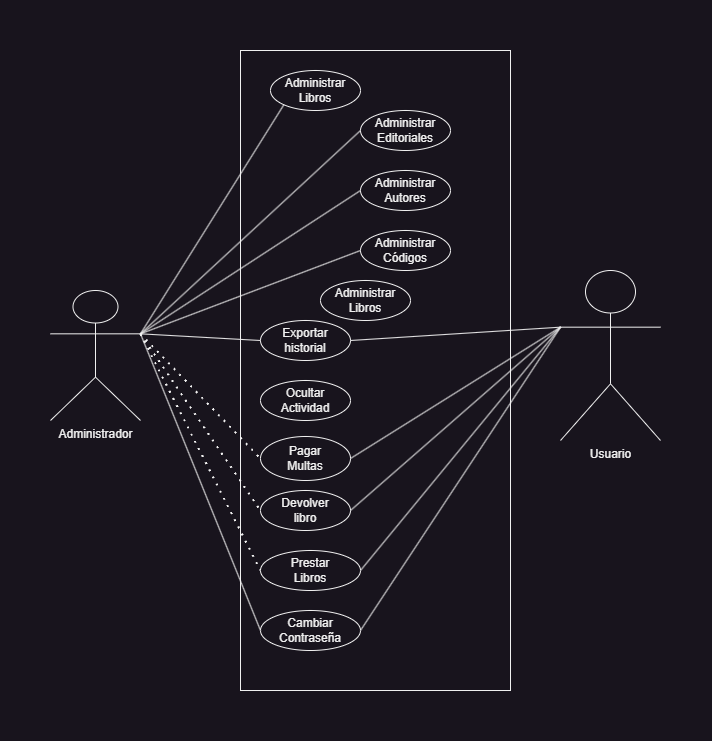
estuardodev/ProyectoProgramacion keeps this draw.io diagram as Diagramas/Diagrama de casos de Usos.png. Above is the earlier version. Source tidied: cells renumbered, new cells last; positions are measured from the earlier drawing's top-left corner, leaving out a move shared by most shapes.
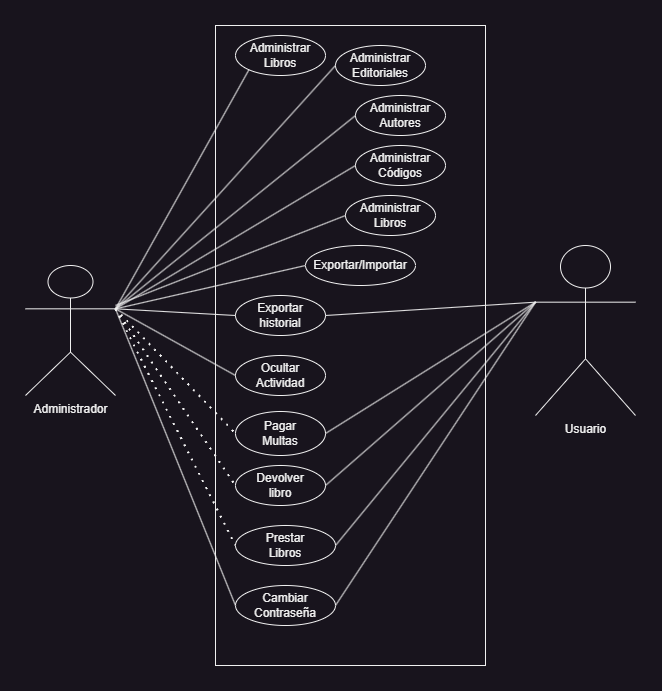
Above is the later version.

Commit message:
Se actualizaron los manuales y los diagramas

What changed in the source:
```diff
@@ -12,19 +12,19 @@
       <mxGeometry x="190" width="270" height="640" as="geometry" />
     </mxCell>
     <mxCell id="5" value="Administrar &lt;br&gt;Libros" style="ellipse;whiteSpace=wrap;html=1;" parent="1" vertex="1">
-      <mxGeometry x="220" y="20" width="90" height="40" as="geometry" />
+      <mxGeometry x="210" y="10" width="90" height="40" as="geometry" />
     </mxCell>
     <mxCell id="6" value="Administrar &lt;br&gt;Autores" style="ellipse;whiteSpace=wrap;html=1;" parent="1" vertex="1">
-      <mxGeometry x="310" y="120" width="90" height="40" as="geometry" />
+      <mxGeometry x="330" y="70" width="90" height="40" as="geometry" />
     </mxCell>
     <mxCell id="7" value="Administrar &lt;br&gt;Editoriales" style="ellipse;whiteSpace=wrap;html=1;" parent="1" vertex="1">
-      <mxGeometry x="310" y="60" width="90" height="40" as="geometry" />
+      <mxGeometry x="310" y="20" width="90" height="40" as="geometry" />
     </mxCell>
     <mxCell id="8" value="Administrar &lt;br&gt;Códigos" style="ellipse;whiteSpace=wrap;html=1;" parent="1" vertex="1">
-      <mxGeometry x="310" y="180" width="90" height="40" as="geometry" />
+      <mxGeometry x="330" y="120" width="90" height="40" as="geometry" />
     </mxCell>
     <mxCell id="9" value="Administrar &lt;br&gt;Libros" style="ellipse;whiteSpace=wrap;html=1;" parent="1" vertex="1">
-      <mxGeometry x="270" y="230" width="90" height="40" as="geometry" />
+      <mxGeometry x="320" y="170" width="90" height="40" as="geometry" />
     </mxCell>
     <mxCell id="10" value="Devolver &lt;br&gt;libro" style="ellipse;whiteSpace=wrap;html=1;" parent="1" vertex="1">
       <mxGeometry x="210" y="440" width="90" height="40" as="geometry" />
@@ -86,5 +86,19 @@
     <mxCell id="29" style="endArrow=none;html=1;rounded=0;exitX=1;exitY=0.5;exitDx=0;exitDy=0;entryX=0;entryY=0.3333333333333333;entryDx=0;entryDy=0;entryPerimeter=0;" parent="1" edge="1" source="15" target="3">
       <mxGeometry relative="1" as="geometry" />
     </mxCell>
+    <mxCell id="30" style="endArrow=none;html=1;rounded=0;entryX=0;entryY=0.5;entryDx=0;entryDy=0;" parent="1" edge="1" target="9">
+      <mxGeometry relative="1" as="geometry">
+        <mxPoint x="90" y="280" as="sourcePoint" />
+      </mxGeometry>
+    </mxCell>
+    <mxCell id="31" style="endArrow=none;html=1;rounded=0;exitX=1;exitY=0.3333333333333333;exitDx=0;exitDy=0;exitPerimeter=0;entryX=0;entryY=0.5;entryDx=0;entryDy=0;" parent="1" edge="1" source="2" target="14">
+      <mxGeometry relative="1" as="geometry" />
+    </mxCell>
+    <mxCell id="32" value="Exportar/Importar" style="ellipse;whiteSpace=wrap;html=1;" parent="1" vertex="1">
+      <mxGeometry x="280" y="220" width="110" height="40" as="geometry" />
+    </mxCell>
+    <mxCell id="33" style="endArrow=none;html=1;rounded=0;entryX=0;entryY=0.5;entryDx=0;entryDy=0;exitX=1;exitY=0.3333333333333333;exitDx=0;exitDy=0;exitPerimeter=0;" parent="1" edge="1" source="2" target="32">
+      <mxGeometry relative="1" as="geometry" />
+    </mxCell>
   </root>
 </mxGraphModel>
```
